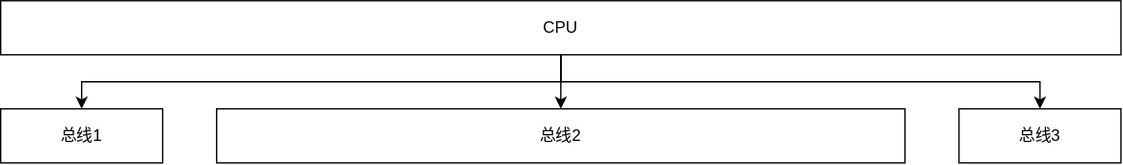
Earlier version of the draw.io export Linux内核原理及其开发/Resources/V4L2设备层级.drawio.svg (h13-0/Notebooks). Source tidied: cells renumbered, new cells last; positions are measured from the earlier drawing's top-left corner, leaving out a move shared by most shapes.
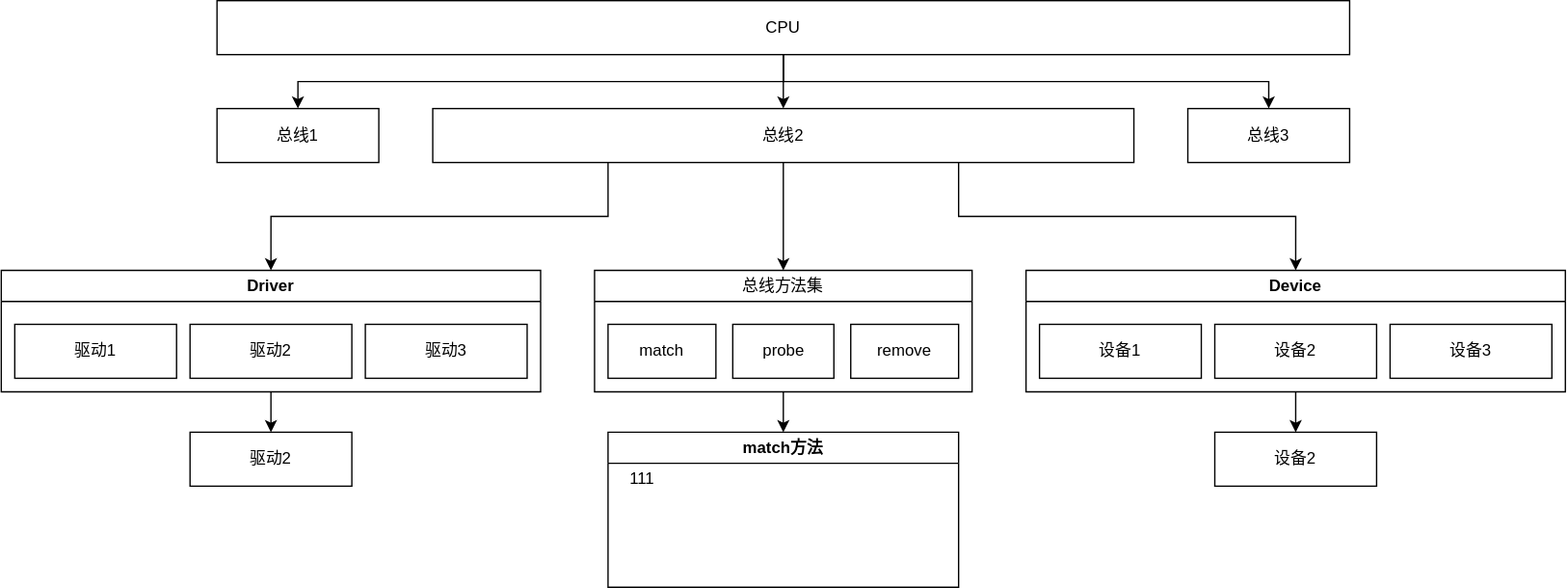
The same file after the commit.

Commit message:
vault backup: 2025-05-10 18:24:05

Diff of the diagram source:
```diff
@@ -12,16 +12,82 @@
       <mxGeometry relative="1" as="geometry" />
     </mxCell>
     <mxCell id="5" value="CPU" style="rounded=0;whiteSpace=wrap;html=1;" parent="1" vertex="1">
-      <mxGeometry width="830" height="40" as="geometry" />
+      <mxGeometry width="840" height="40" as="geometry" />
     </mxCell>
     <mxCell id="6" value="总线1" style="rounded=0;whiteSpace=wrap;html=1;" parent="1" vertex="1">
       <mxGeometry y="80" width="120" height="40" as="geometry" />
     </mxCell>
+    <mxCell id="9" style="edgeStyle=orthogonalEdgeStyle;rounded=0;jettySize=auto;html=1;exitX=0.5;exitY=1;exitDx=0;exitDy=0;entryX=0.5;entryY=0;entryDx=0;entryDy=0;" parent="1" edge="1" source="7" target="25">
+      <mxGeometry relative="1" as="geometry" />
+    </mxCell>
+    <mxCell id="10" style="edgeStyle=orthogonalEdgeStyle;rounded=0;jettySize=auto;html=1;exitX=0.25;exitY=1;exitDx=0;exitDy=0;entryX=0.5;entryY=0;entryDx=0;entryDy=0;" parent="1" edge="1" source="7" target="13">
+      <mxGeometry relative="1" as="geometry" />
+    </mxCell>
+    <mxCell id="11" style="edgeStyle=orthogonalEdgeStyle;rounded=0;jettySize=auto;html=1;exitX=0.75;exitY=1;exitDx=0;exitDy=0;entryX=0.5;entryY=0;entryDx=0;entryDy=0;" parent="1" edge="1" source="7" target="18">
+      <mxGeometry relative="1" as="geometry" />
+    </mxCell>
     <mxCell id="7" value="总线2" style="rounded=0;whiteSpace=wrap;html=1;" parent="1" vertex="1">
-      <mxGeometry x="160" y="80" width="510" height="40" as="geometry" />
+      <mxGeometry x="160" y="80" width="520" height="40" as="geometry" />
     </mxCell>
     <mxCell id="8" value="总线3" style="rounded=0;whiteSpace=wrap;html=1;" parent="1" vertex="1">
-      <mxGeometry x="710" y="80" width="120" height="40" as="geometry" />
+      <mxGeometry x="720" y="80" width="120" height="40" as="geometry" />
     </mxCell>
+    <mxCell id="12" style="edgeStyle=orthogonalEdgeStyle;rounded=0;jettySize=auto;html=1;exitX=0.5;exitY=1;exitDx=0;exitDy=0;entryX=0.5;entryY=0;entryDx=0;entryDy=0;" parent="1" edge="1" source="13" target="22">
+      <mxGeometry relative="1" as="geometry" />
+    </mxCell>
+    <mxCell id="13" value="Driver" style="swimlane;whiteSpace=wrap;html=1;" parent="1" vertex="1">
+      <mxGeometry x="-160" y="200" width="400" height="90" as="geometry" />
+    </mxCell>
+    <mxCell id="14" value="驱动3" style="rounded=0;whiteSpace=wrap;html=1;" parent="13" vertex="1">
+      <mxGeometry x="270" y="40" width="120" height="40" as="geometry" />
+    </mxCell>
+    <mxCell id="15" value="驱动2" style="rounded=0;whiteSpace=wrap;html=1;" parent="13" vertex="1">
+      <mxGeometry x="140" y="40" width="120" height="40" as="geometry" />
+    </mxCell>
+    <mxCell id="16" value="驱动1" style="rounded=0;whiteSpace=wrap;html=1;" parent="13" vertex="1">
+      <mxGeometry x="10" y="40" width="120" height="40" as="geometry" />
+    </mxCell>
+    <mxCell id="17" style="edgeStyle=orthogonalEdgeStyle;rounded=0;jettySize=auto;html=1;exitX=0.5;exitY=1;exitDx=0;exitDy=0;entryX=0.5;entryY=0;entryDx=0;entryDy=0;" parent="1" edge="1" source="18" target="23">
+      <mxGeometry relative="1" as="geometry" />
+    </mxCell>
+    <mxCell id="18" value="Device" style="swimlane;whiteSpace=wrap;html=1;" parent="1" vertex="1">
+      <mxGeometry x="600" y="200" width="400" height="90" as="geometry" />
+    </mxCell>
+    <mxCell id="19" value="设备3" style="rounded=0;whiteSpace=wrap;html=1;" parent="18" vertex="1">
+      <mxGeometry x="270" y="40" width="120" height="40" as="geometry" />
+    </mxCell>
+    <mxCell id="20" value="设备2" style="rounded=0;whiteSpace=wrap;html=1;" parent="18" vertex="1">
+      <mxGeometry x="140" y="40" width="120" height="40" as="geometry" />
+    </mxCell>
+    <mxCell id="21" value="设备1" style="rounded=0;whiteSpace=wrap;html=1;" parent="18" vertex="1">
+      <mxGeometry x="10" y="40" width="120" height="40" as="geometry" />
+    </mxCell>
+    <mxCell id="22" value="驱动2" style="rounded=0;whiteSpace=wrap;html=1;" parent="1" vertex="1">
+      <mxGeometry x="-20" y="320" width="120" height="40" as="geometry" />
+    </mxCell>
+    <mxCell id="23" value="设备2" style="rounded=0;whiteSpace=wrap;html=1;" parent="1" vertex="1">
+      <mxGeometry x="740" y="320" width="120" height="40" as="geometry" />
+    </mxCell>
+    <mxCell id="24" style="edgeStyle=orthogonalEdgeStyle;rounded=0;jettySize=auto;html=1;exitX=0.5;exitY=1;exitDx=0;exitDy=0;entryX=0.5;entryY=0;entryDx=0;entryDy=0;" parent="1" edge="1" source="25" target="29">
+      <mxGeometry relative="1" as="geometry" />
+    </mxCell>
+    <mxCell id="25" value="&lt;span style=&quot;font-weight: normal;&quot;&gt;总线方法集&lt;/span&gt;" style="swimlane;whiteSpace=wrap;html=1;" parent="1" vertex="1">
+      <mxGeometry x="280" y="200" width="280" height="90" as="geometry" />
+    </mxCell>
+    <mxCell id="26" value="match" style="rounded=0;whiteSpace=wrap;html=1;" parent="25" vertex="1">
+      <mxGeometry x="10" y="40" width="80" height="40" as="geometry" />
+    </mxCell>
+    <mxCell id="27" value="probe" style="rounded=0;whiteSpace=wrap;html=1;" parent="25" vertex="1">
+      <mxGeometry x="102.5" y="40" width="75" height="40" as="geometry" />
+    </mxCell>
+    <mxCell id="28" value="remove" style="rounded=0;whiteSpace=wrap;html=1;" parent="25" vertex="1">
+      <mxGeometry x="190" y="40" width="80" height="40" as="geometry" />
+    </mxCell>
+    <mxCell id="29" value="match方法" style="swimlane;whiteSpace=wrap;html=1;" parent="1" vertex="1">
+      <mxGeometry x="290" y="320" width="260" height="115" as="geometry" />
+    </mxCell>
+    <mxCell id="30" value="111" style="text;html=1;align=center;verticalAlign=middle;strokeColor=none;fillColor=none;" parent="29" vertex="1">
+      <mxGeometry x="5" y="20" width="40" height="30" as="geometry" />
+    </mxCell>
   </root>
 </mxGraphModel>
```
